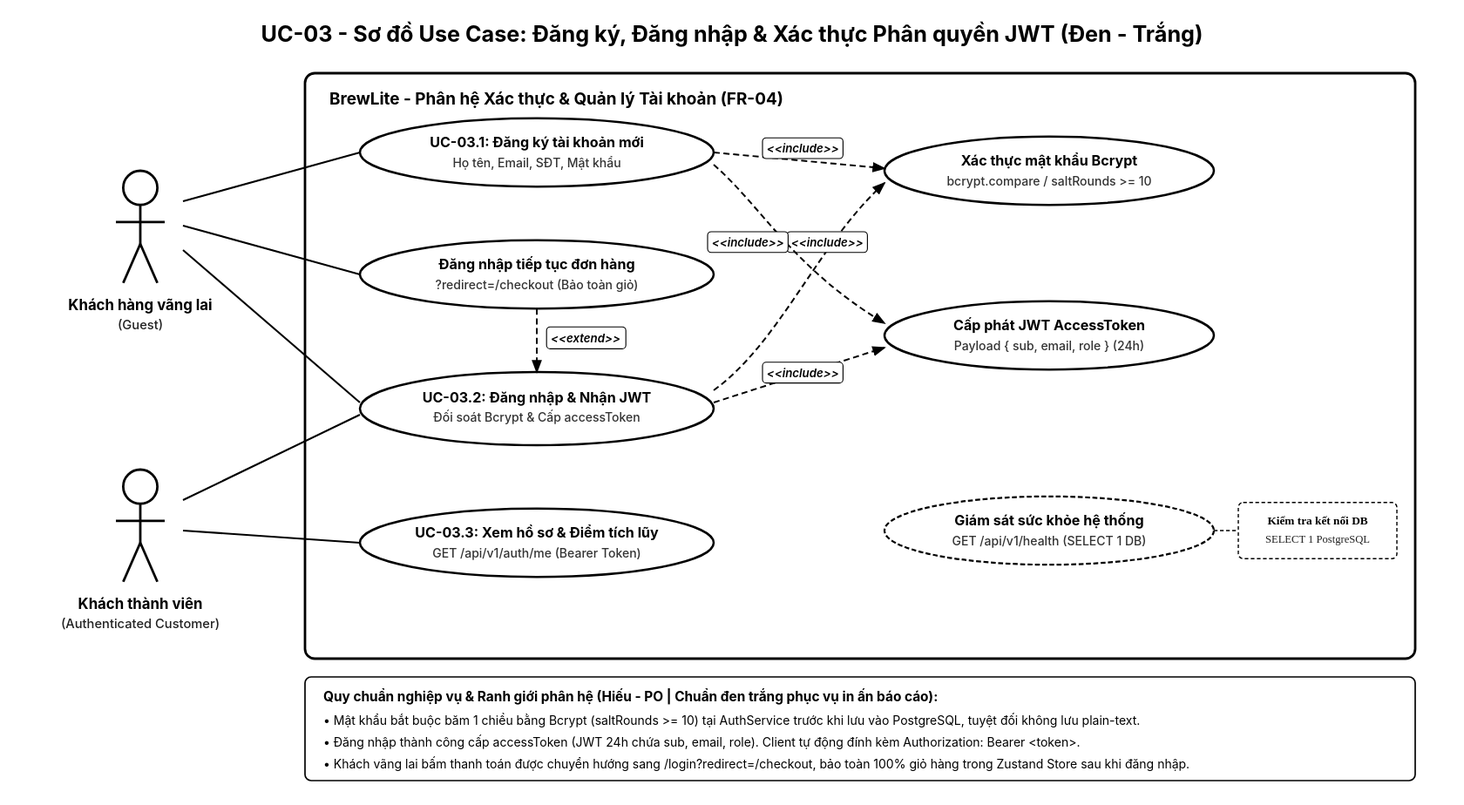
SamuiSang/brewlite2 keeps this PlantUML diagram as docs/diagrams/uc-03-auth.svg. Above is the earlier version. Its source is kept beside it as docs/diagrams/uc-03-auth.puml.
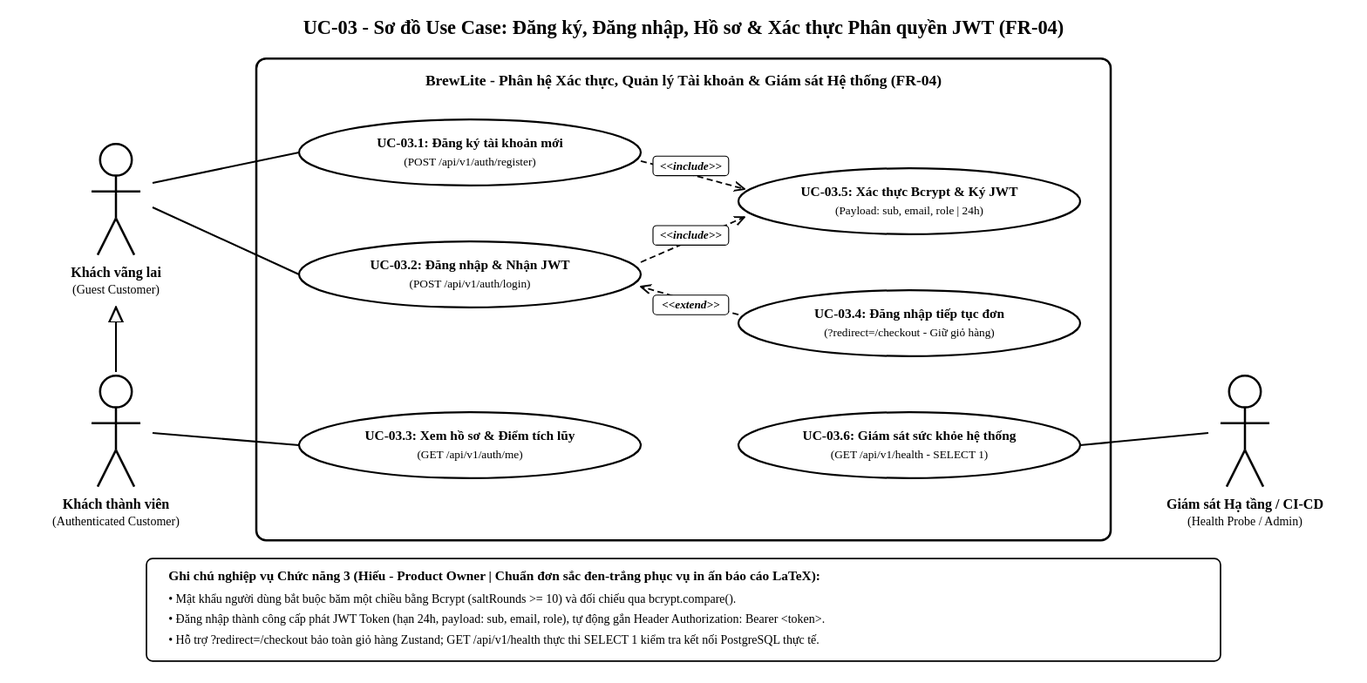
After the commit.

The edit, as a diff of the source:
```diff
@@ -1,63 +1,44 @@
 @startuml uc-03-auth
-!pragma layout smetana
+title UC-03 - Sơ đồ Use Case: Đăng ký, Đăng nhập, Hồ sơ & Xác thực Phân quyền JWT (FR-04)
+
 left to right direction
-
 skinparam monochrome true
 skinparam backgroundColor white
 skinparam shadowing false
-skinparam defaultFontName SansSerif
+skinparam defaultFontName "Segoe UI", "Arial", sans-serif
 skinparam packageStyle rectangle
 
-skinparam ArrowColor black
-skinparam actorBorderColor black
-skinparam actorBackgroundColor white
-skinparam usecaseBackgroundColor white
-skinparam usecaseBorderColor black
-skinparam rectangleBorderColor black
-skinparam rectangleBackgroundColor white
+actor "Khách vãng lai\n(Guest Customer)" as Guest
+actor "Khách thành viên\n(Authenticated Customer)" as Customer
+actor "Hệ thống Giám sát / CI-CD\n(Health Probe / Admin)" as Monitor
 
-skinparam nodesep 70
-skinparam ranksep 90
+Customer -up-|> Guest
 
-title UC-03 - Sơ đồ Use Case: Đăng ký, Đăng nhập & Xác thực Phân quyền JWT (Đen - Trắng)
+rectangle "BrewLite - Phân hệ Xác thực, Quản lý Tài khoản & Giám sát (FR-04)" {
+    usecase "UC-03.1: Đăng ký tài khoản mới\n(POST /api/v1/auth/register)" as UC_Register
+    usecase "UC-03.2: Đăng nhập hệ thống & Nhận JWT\n(POST /api/v1/auth/login)" as UC_Login
+    usecase "UC-03.3: Xem hồ sơ cá nhân & Điểm tích lũy\n(GET /api/v1/auth/me)" as UC_Profile
+    usecase "UC-03.4: Đăng nhập tiếp tục đơn hàng\n(?redirect=/checkout - Bảo toàn giỏ hàng)" as UC_RedirectLogin
+    usecase "UC-03.5: Kiểm tra mật khẩu Bcrypt\n& Cấp phát AccessToken (JWT 24h)" as UC_BcryptJWT
+    usecase "UC-03.6: Giám sát sức khỏe hệ thống\n& Kết nối CSDL (GET /api/v1/health)" as UC_Health
 
-actor "Khách hàng vãng lai\n(Guest)" as Guest
-actor "Khách hàng thành viên\n(Authenticated Customer)" as Customer
-
-rectangle "BrewLite - Phân hệ Xác thực & Quản lý Tài khoản (FR-04)" {
-    usecase "UC-03.1\nĐăng ký tài khoản mới" as UC_Register
-    usecase "Đăng nhập tiếp tục đơn hàng\n(?redirect=/checkout)" as UC_RedirectLogin
-    usecase "UC-03.2\nĐăng nhập hệ thống & Nhận JWT" as UC_Login
-    usecase "UC-03.3\nXem hồ sơ & Điểm tích lũy\n(GET /api/v1/auth/me)" as UC_Profile
-
-    usecase "Xác thực mật khẩu Bcrypt\n(Bcrypt compare/hash)" as UC_Bcrypt
-    usecase "Cấp phát AccessToken (JWT)\n(Payload: sub, email, role)" as UC_IssueJWT
-    usecase "Giám sát sức khỏe hệ thống\n(GET /api/v1/health)" as UC_Health
-
-    UC_Login ..> UC_Bcrypt : <<include>>
-    UC_Login ..> UC_IssueJWT : <<include>>
-    UC_Register ..> UC_Bcrypt : <<include>>
-    UC_Register ..> UC_IssueJWT : <<include>>
-    UC_RedirectLogin ..> UC_Login : <<extend>>
+    UC_Register ..> UC_BcryptJWT : <<include>>
+    UC_Login ..> UC_BcryptJWT : <<include>>
+    UC_RedirectLogin .up.> UC_Login : <<extend>>\n[Chưa đăng nhập khi Checkout]
 }
 
 Guest -- UC_Register
-Guest -- UC_RedirectLogin
 Guest -- UC_Login
 
-Customer -- UC_Login
 Customer -- UC_Profile
 
-note right of UC_Health
-  Kiểm tra kết nối DB (SELECT 1)
-  Liveness & Readiness probe
-end note
+Monitor -- UC_Health
 
 legend bottom
-  Hệ thống BrewLite - Chuẩn đen trắng phục vụ in ấn báo cáo kỹ thuật.
-  - Mật khẩu người dùng bắt buộc băm 1 chiều bằng Bcrypt (saltRounds >= 10).
-  - Đăng nhập thành công cấp phát JWT Token (thời hạn 24h), tự động đính kèm Authorization: Bearer <token>.
-  - Hỗ trợ tham số ?redirect=/checkout bảo toàn giỏ hàng khi khách vãng lai đăng nhập để tiếp tục thanh toán.
-  - Endpoint GET /api/v1/health thực thi kiểm tra kết nối trực tiếp tới PostgreSQL.
+  Ghi chú nghiệp vụ Chức năng 3 (Hiếu - Product Owner | Chuẩn đơn sắc đen-trắng):
+  • Mật khẩu người dùng bắt buộc băm một chiều bằng Bcrypt (saltRounds >= 10) và đối chiếu qua bcrypt.compare().
+  • Đăng nhập thành công cấp phát JWT Token (hạn 24h, payload: sub, email, role), tự động gắn Header Authorization: Bearer <token>.
+  • Hỗ trợ tham số ?redirect=/checkout bảo toàn nguyên vẹn giỏ hàng Zustand khi khách vãng lai đăng nhập để tiếp tục thanh toán.
+  • Endpoint GET /api/v1/health thực thi truy vấn SELECT 1 trực tiếp tới PostgreSQL phục vụ Liveness & Readiness Probe.
 endlegend
 @enduml
```
